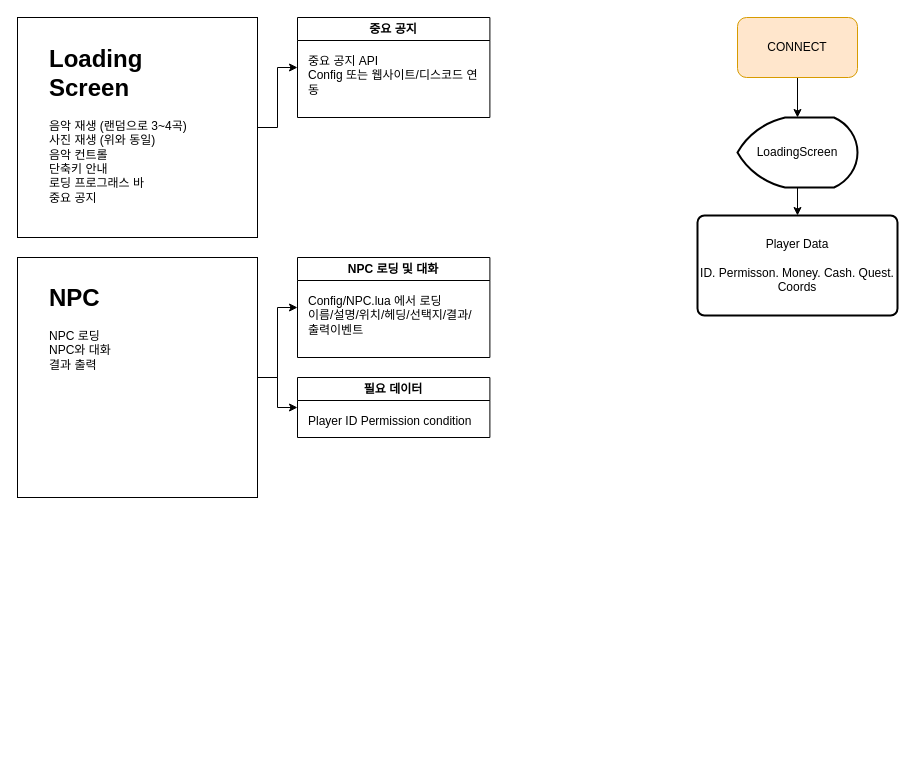
Earlier version of the draw.io diagram Server-Logic.drawio (podo24/ServerDocs). Source tidied: cells renumbered, new cells numbered last; positions are measured from the earlier drawing's top-left corner, leaving out a move shared by most shapes. Both pictures are drawn from the tidied source at 100%, with x=0, y=0 at pixel (17, 17).
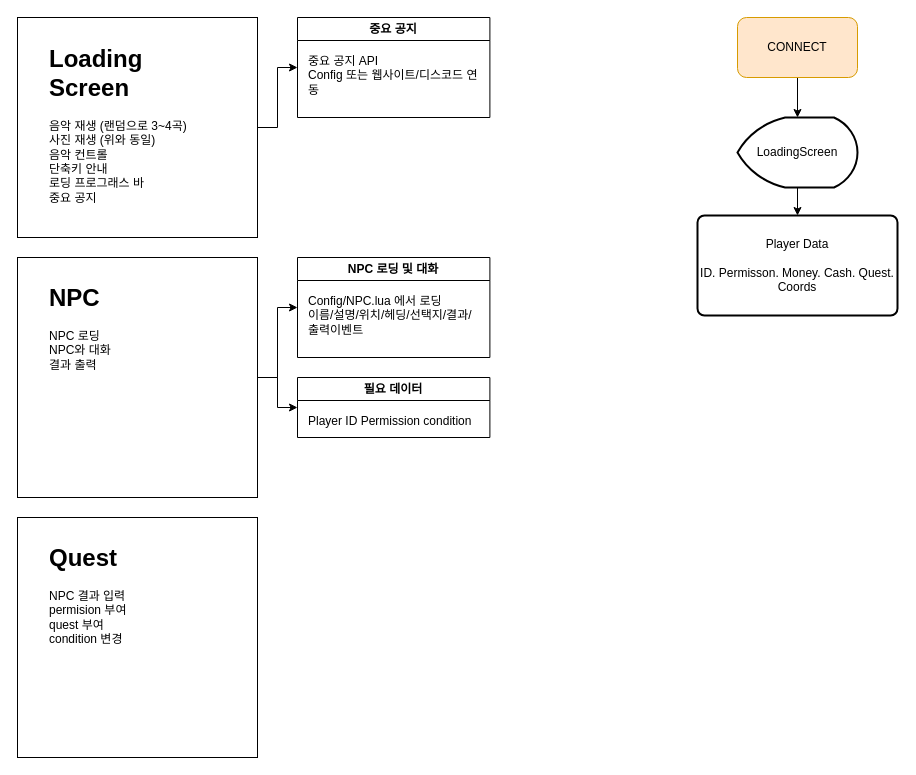
The same diagram, later.

Change to the diagram source:
```diff
@@
+    <mxCell id="20" style="whiteSpace=wrap;html=1;" parent="1" vertex="1">
+      <mxGeometry y="500" width="240" height="240" as="geometry" />
+    </mxCell>
+    <mxCell id="21" value="&lt;h1&gt;Quest&lt;/h1&gt;&lt;div&gt;NPC 결과 입력&lt;/div&gt;&lt;div&gt;permision 부여&lt;/div&gt;&lt;div&gt;quest 부여&lt;/div&gt;&lt;div&gt;condition 변경&lt;/div&gt;" style="text;html=1;strokeColor=none;fillColor=none;spacing=5;spacingTop=-20;whiteSpace=wrap;overflow=hidden;rounded=0;" parent="1" vertex="1">
+      <mxGeometry x="26.8" y="521" width="186.4" height="108" as="geometry" />
+    </mxCell>
```
